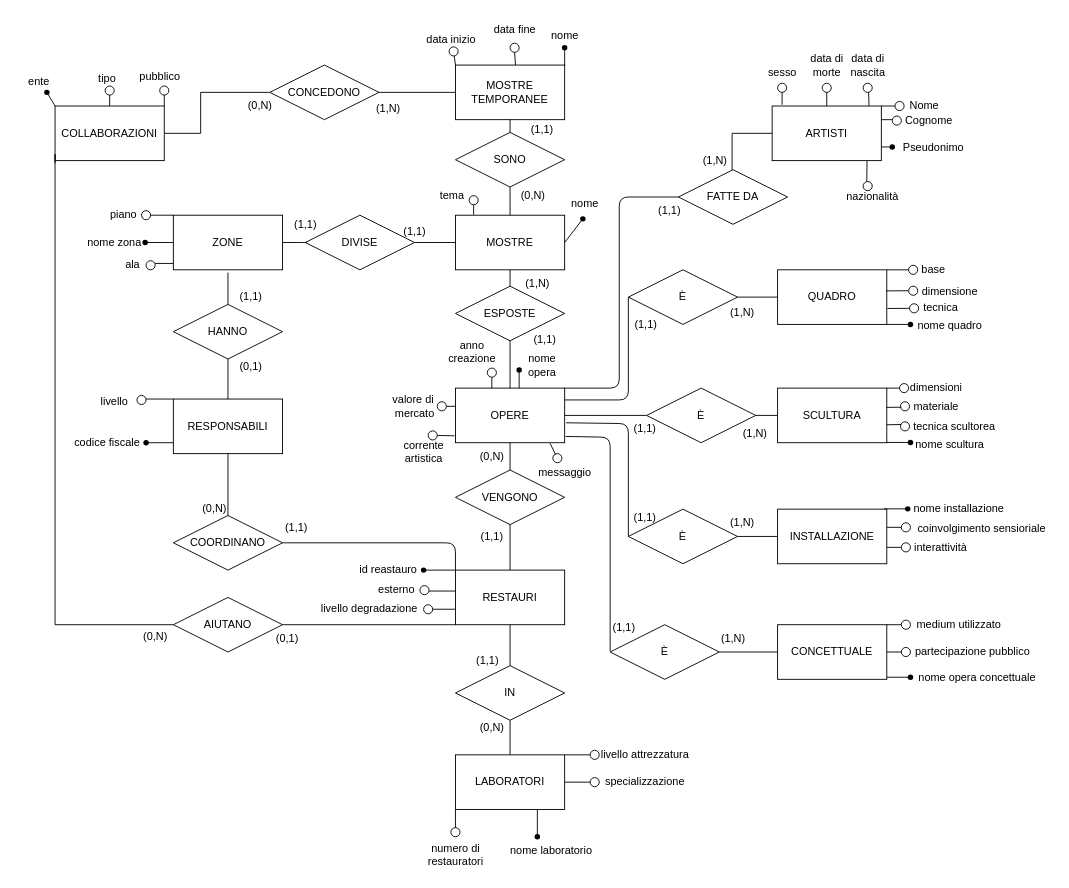
This is museo-ristrutturato.drawio from ColdBerri/Database-Unipd-2025, a draw.io file, before an edit. Source tidied: cells renumbered, new cells numbered last; positions are measured from the earlier drawing's top-left corner, leaving out a move shared by most shapes. Both pictures are drawn from the tidied source at 91%, with x=0, y=0 at pixel (15, 15).
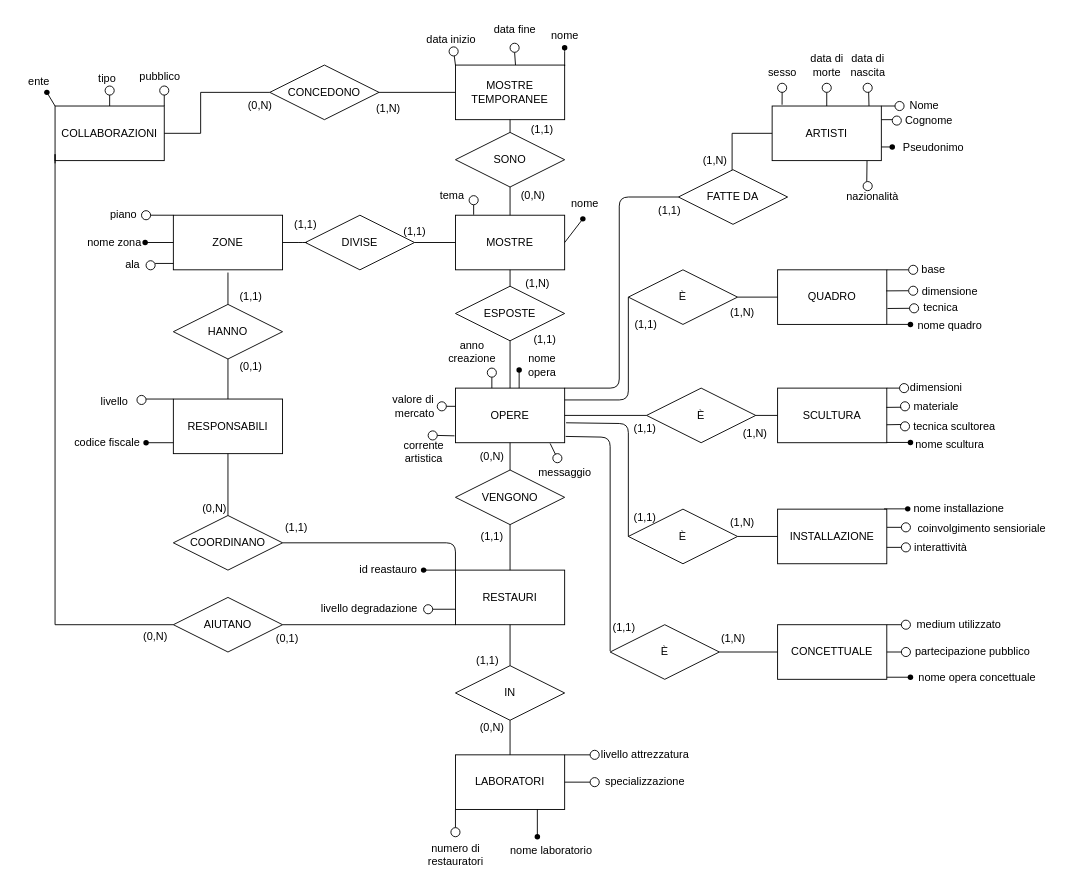
Above is the later version.

Diff of the diagram source:
```diff
@@
-    <mxCell id="144" style="endArrow=none;html=1;" parent="1" edge="1">
-      <mxGeometry relative="1" as="geometry">
-        <mxPoint x="453" y="632" as="sourcePoint" />
-        <mxPoint x="483" y="632" as="targetPoint" />
-      </mxGeometry>
-    </mxCell>
-    <mxCell id="145" style="ellipse;whiteSpace=wrap;html=1;" parent="1" vertex="1">
-      <mxGeometry x="444" y="626" width="10" height="10" as="geometry" />
-    </mxCell>
@@
-    <mxCell id="149" value="esterno" style="text;html=1;align=center;verticalAlign=middle;strokeColor=none;fillColor=none;" parent="1" vertex="1">
-      <mxGeometry x="388" y="616" width="60" height="30" as="geometry" />
-    </mxCell>
```
